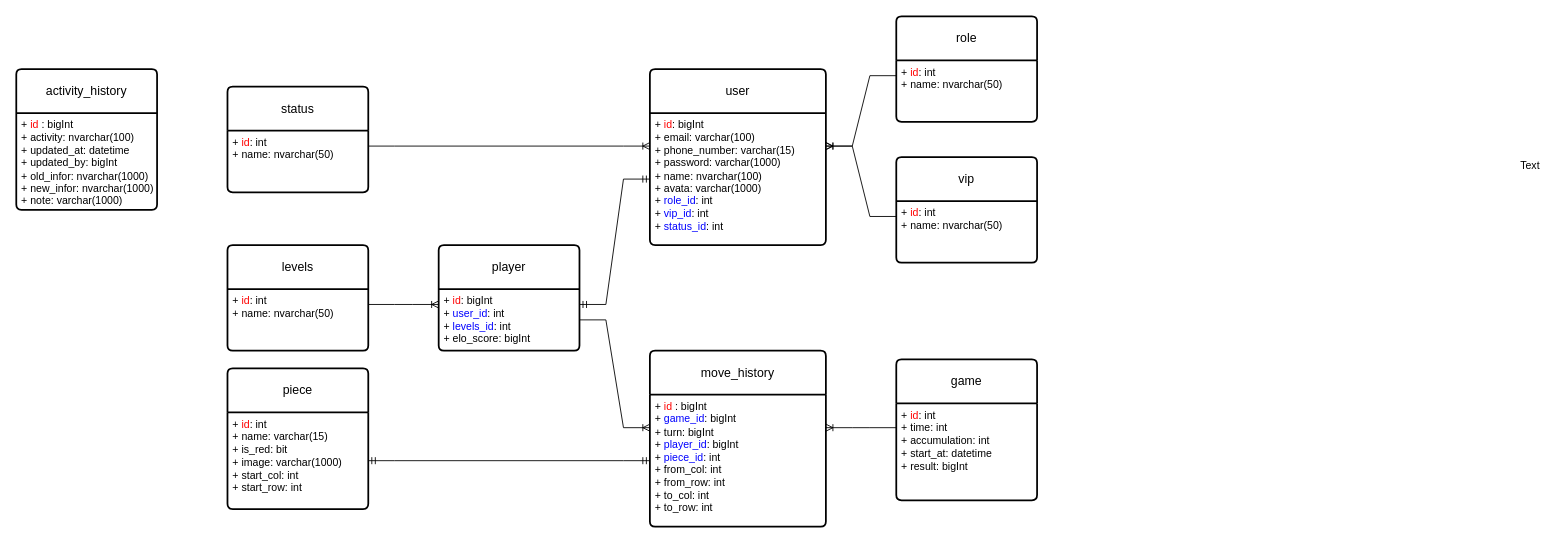
Above: diagram/Untitled Diagram.drawio in vansi1804/ChineseChess (draw.io), before the change. Source tidied: cells renumbered, new cells numbered last; positions are measured from the earlier drawing's top-left corner, leaving out a move shared by most shapes. Both pictures are drawn from the tidied source at 88%, with x=0, y=0 at pixel (16, 16).
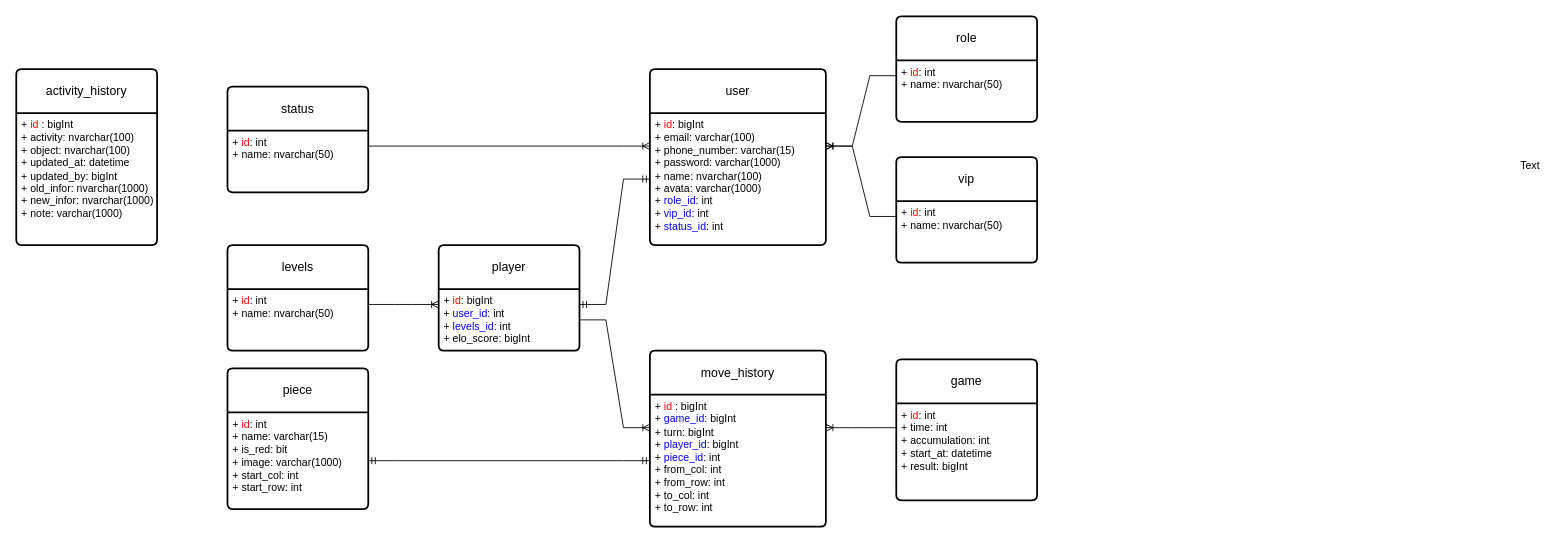
After the change.

Diff of the diagram source:
```diff
@@
     <mxCell id="21" value="activity_history" style="swimlane;horizontal=1;startSize=50;rounded=1;fontSize=14;fontStyle=0;strokeWidth=2;shadow=0;dashed=0;align=center;arcSize=4;whiteSpace=wrap;html=1;" parent="1" vertex="1">
-      <mxGeometry y="60" width="160" height="160" as="geometry" />
+      <mxGeometry y="60" width="160" height="200" as="geometry" />
     </mxCell>
-    <mxCell id="22" value="+ &lt;font color=&quot;#ff0000&quot;&gt;id &lt;/font&gt;: bigInt&amp;nbsp; &amp;nbsp; &amp;nbsp; &amp;nbsp; &amp;nbsp; &amp;nbsp; &amp;nbsp; &amp;nbsp;&amp;nbsp;&lt;br&gt;+ activity: nvarchar(100)&lt;br style=&quot;border-color: var(--border-color);&quot;&gt;+ updated_at: datetime&lt;br style=&quot;border-color: var(--border-color);&quot;&gt;+ updated_by: bigInt&lt;br&gt;+ old_infor: nvarchar(1000)&lt;br&gt;+ new_infor: nvarchar(1000)&lt;br&gt;+ note: varchar(1000)" style="align=left;strokeColor=none;fillColor=none;spacingLeft=4;fontSize=12;verticalAlign=top;html=1;" parent="21" vertex="1">
-      <mxGeometry y="50" width="160" height="110" as="geometry" />
+    <mxCell id="22" value="+ &lt;font color=&quot;#ff0000&quot;&gt;id &lt;/font&gt;: bigInt&amp;nbsp; &amp;nbsp; &amp;nbsp; &amp;nbsp; &amp;nbsp; &amp;nbsp; &amp;nbsp; &amp;nbsp;&amp;nbsp;&lt;br&gt;+ activity: nvarchar(100)&lt;br&gt;+ object: nvarchar(100)&lt;br style=&quot;border-color: var(--border-color);&quot;&gt;+ updated_at: datetime&lt;br style=&quot;border-color: var(--border-color);&quot;&gt;+ updated_by: bigInt&lt;br&gt;+ old_infor: nvarchar(1000)&lt;br&gt;+ new_infor: nvarchar(1000)&lt;br&gt;+ note: varchar(1000)" style="align=left;strokeColor=none;fillColor=none;spacingLeft=4;fontSize=12;verticalAlign=top;html=1;" parent="21" vertex="1">
+      <mxGeometry y="50" width="160" height="150" as="geometry" />
     </mxCell>
```
